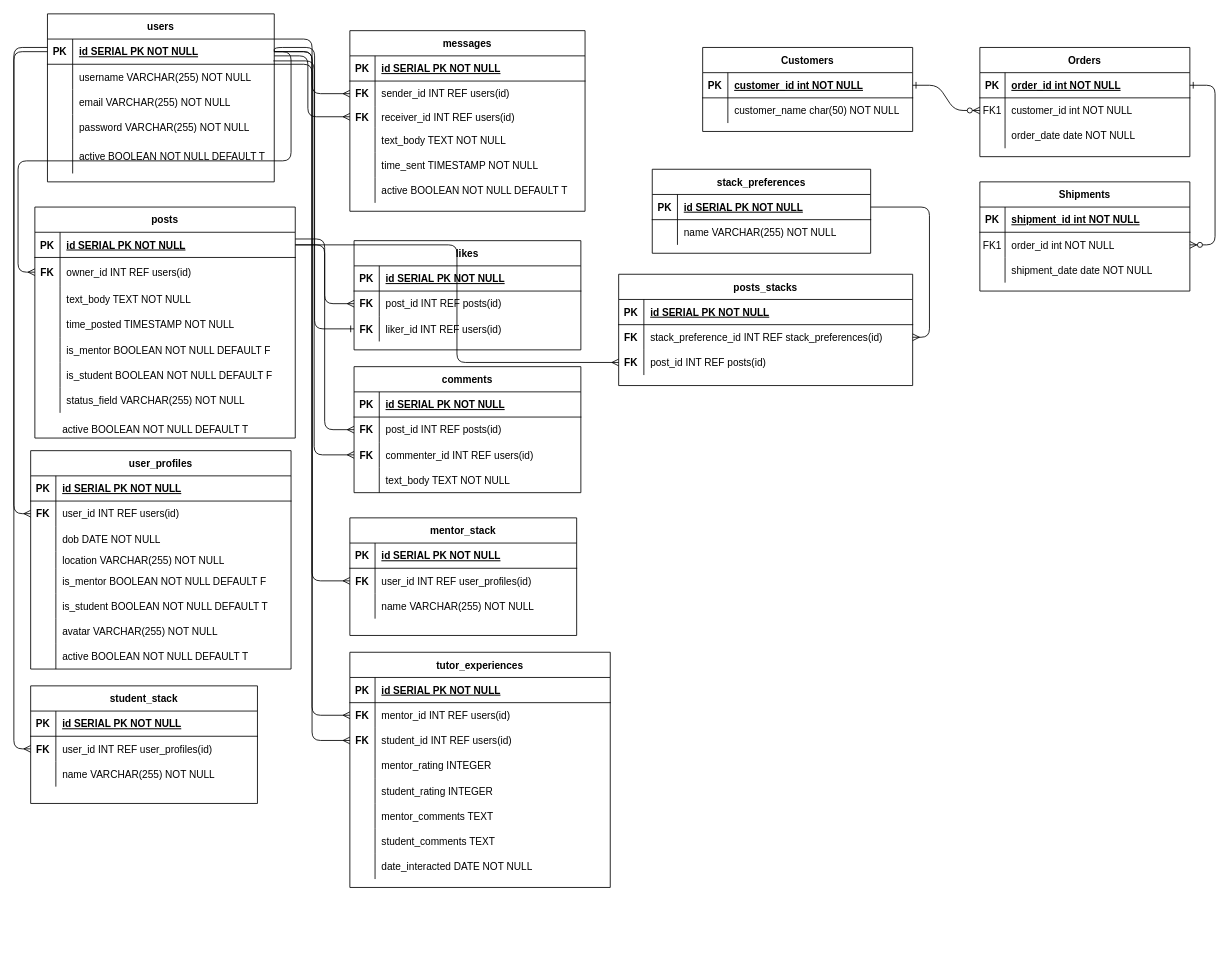
mgibby91/social_network keeps this draw.io diagram as erd.drawio. Above is the earlier version. Source tidied: cells renumbered, new cells numbered last; positions are measured from the earlier drawing's top-left corner, leaving out a move shared by most shapes. Both pictures are drawn from the tidied source at 84%, with x=0, y=0 at pixel (13, 13).
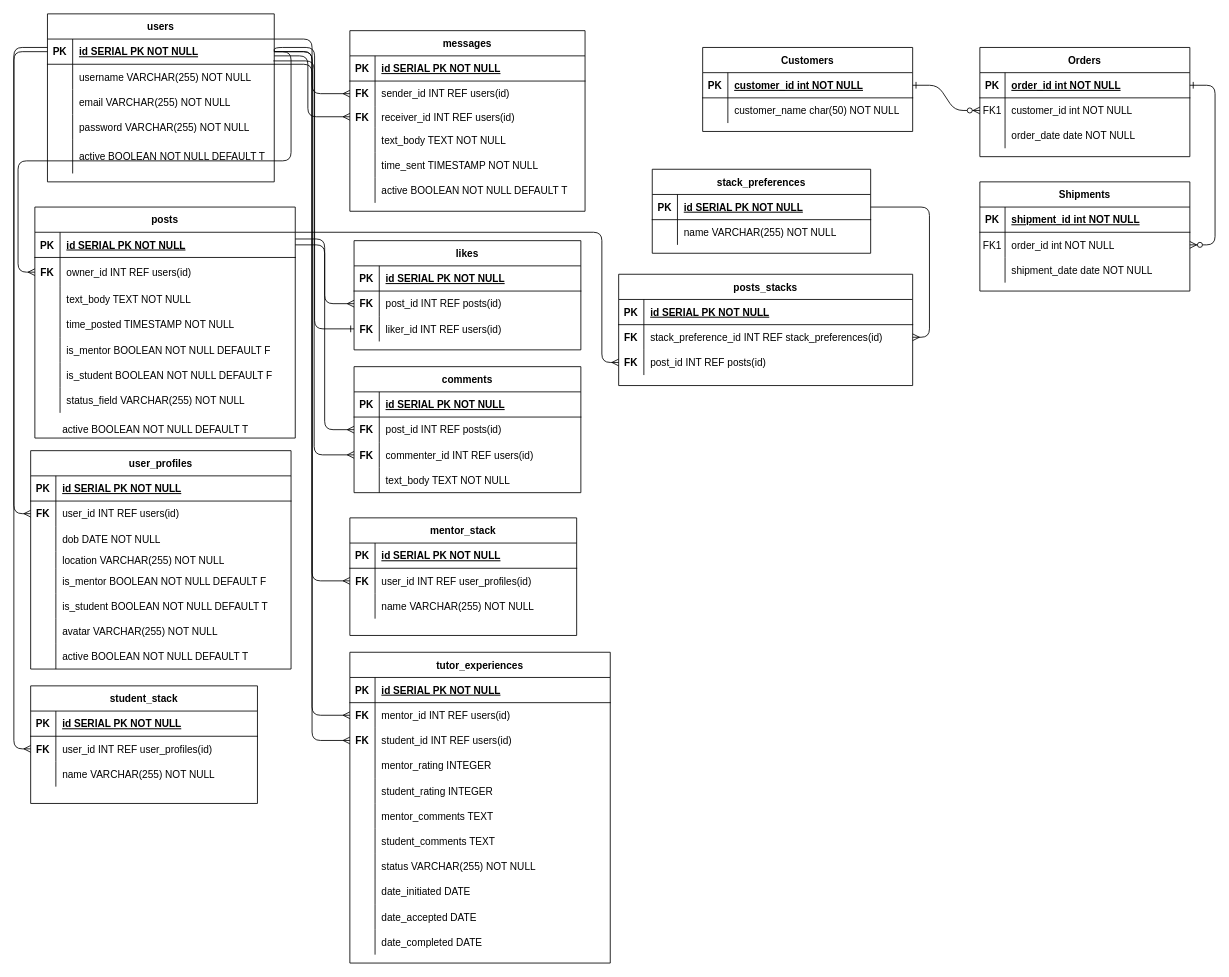
The same page after the edit.

Commit message (it also covers changes not shown here):
add status and new dates for tutor_exp table, add page for tutor exp

The change refers to these unchanged cells:
```xml
<mxCell id="168" style="shape=partialRectangle;fillColor=none;top=0;left=0;bottom=1;right=0;points=[[0,0.5],[1,0.5]];portConstraint=eastwest;" parent="167" vertex="1">
  <mxGeometry y="30" width="310" height="30" as="geometry" />
</mxCell>
<mxCell id="208" style="shape=partialRectangle;fillColor=none;top=0;left=0;bottom=0;right=0;points=[[0,0.5],[1,0.5]];portConstraint=eastwest;" parent="201" vertex="1">
  <mxGeometry y="90" width="350" height="30" as="geometry" />
</mxCell>
```

The edit, as a diff of the source:
```diff
@@
     <mxCell id="116" value="tutor_experiences" style="shape=table;startSize=30;childLayout=tableLayout;rowLines=0;fontStyle=1;align=center;" parent="1" vertex="1">
-      <mxGeometry x="400" y="760" width="310" height="280" as="geometry" />
+      <mxGeometry x="400" y="760" width="310" height="370" as="geometry" />
     </mxCell>
@@
+    <mxCell id="213" style="shape=partialRectangle;fillColor=none;top=0;left=0;bottom=0;right=0;" parent="116" vertex="1">
+      <mxGeometry y="240" width="310" height="30" as="geometry" />
+    </mxCell>
+    <mxCell id="214" style="shape=partialRectangle;fillColor=none;top=0;left=0;bottom=0;right=0;overflow=hidden;" parent="213" vertex="1">
+      <mxGeometry width="30" height="30" as="geometry" />
+    </mxCell>
+    <mxCell id="215" value="status VARCHAR(255) NOT NULL" style="shape=partialRectangle;fillColor=none;top=0;left=0;bottom=0;right=0;align=left;spacingLeft=6;overflow=hidden;" parent="213" vertex="1">
+      <mxGeometry x="30" width="280" height="30" as="geometry" />
+    </mxCell>
     <mxCell id="138" style="shape=partialRectangle;fillColor=none;top=0;left=0;bottom=0;right=0;" parent="116" vertex="1">
-      <mxGeometry y="240" width="310" height="30" as="geometry" />
+      <mxGeometry y="270" width="310" height="30" as="geometry" />
     </mxCell>
@@
-    <mxCell id="140" value="date_interacted DATE NOT NULL" style="shape=partialRectangle;fillColor=none;top=0;left=0;bottom=0;right=0;align=left;spacingLeft=6;overflow=hidden;" parent="138" vertex="1">
+    <mxCell id="140" value="date_initiated DATE" style="shape=partialRectangle;fillColor=none;top=0;left=0;bottom=0;right=0;align=left;spacingLeft=6;overflow=hidden;" parent="138" vertex="1">
       <mxGeometry x="30" width="280" height="30" as="geometry" />
     </mxCell>
+    <mxCell id="216" style="shape=partialRectangle;fillColor=none;top=0;left=0;bottom=0;right=0;" parent="116" vertex="1">
+      <mxGeometry y="300" width="310" height="30" as="geometry" />
+    </mxCell>
+    <mxCell id="217" style="shape=partialRectangle;fillColor=none;top=0;left=0;bottom=0;right=0;overflow=hidden;" parent="216" vertex="1">
+      <mxGeometry width="30" height="30" as="geometry" />
+    </mxCell>
+    <mxCell id="218" value="date_accepted DATE" style="shape=partialRectangle;fillColor=none;top=0;left=0;bottom=0;right=0;align=left;spacingLeft=6;overflow=hidden;" parent="216" vertex="1">
+      <mxGeometry x="30" width="280" height="30" as="geometry" />
+    </mxCell>
+    <mxCell id="219" style="shape=partialRectangle;fillColor=none;top=0;left=0;bottom=0;right=0;" parent="116" vertex="1">
+      <mxGeometry y="330" width="310" height="30" as="geometry" />
+    </mxCell>
+    <mxCell id="220" style="shape=partialRectangle;fillColor=none;top=0;left=0;bottom=0;right=0;overflow=hidden;" parent="219" vertex="1">
+      <mxGeometry width="30" height="30" as="geometry" />
+    </mxCell>
+    <mxCell id="221" value="date_completed DATE" style="shape=partialRectangle;fillColor=none;top=0;left=0;bottom=0;right=0;align=left;spacingLeft=6;overflow=hidden;" parent="219" vertex="1">
+      <mxGeometry x="30" width="280" height="30" as="geometry" />
+    </mxCell>
@@
     <mxCell id="212" style="edgeStyle=orthogonalEdgeStyle;jettySize=auto;html=1;entryX=0;entryY=0.5;entryDx=0;entryDy=0;endArrow=ERmany;endFill=0;" parent="1" edge="1" source="168" target="208">
-      <mxGeometry relative="1" as="geometry" />
+      <mxGeometry relative="1" as="geometry">
+        <Array as="points">
+          <mxPoint x="700" y="260" />
+          <mxPoint x="700" y="415" />
+        </Array>
+      </mxGeometry>
     </mxCell>
```
